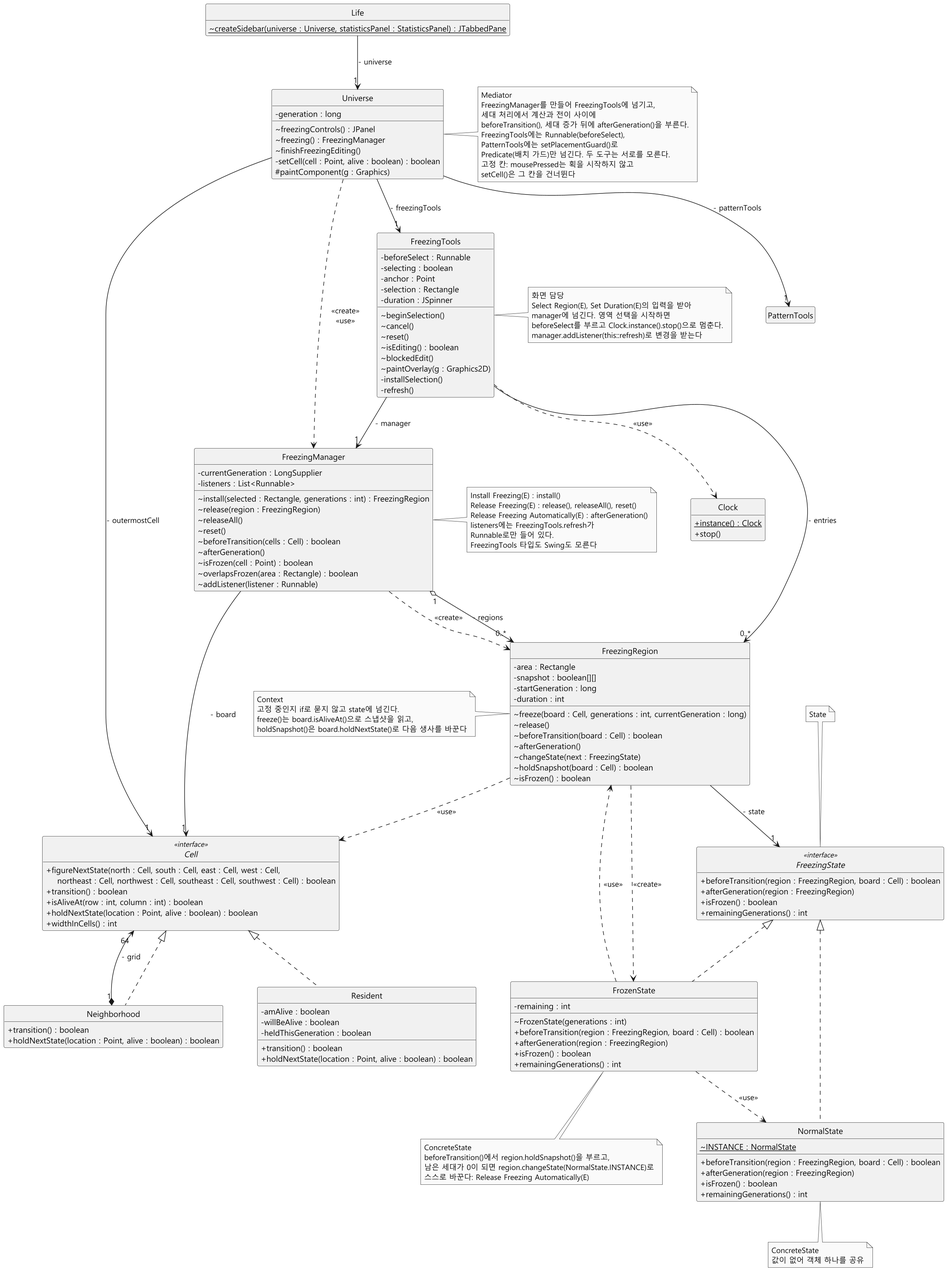
Above: docs/freezing/diagram/class-freezing.png in mckimR1972/DP_team_project (PlantUML), before the change. Its diagram source:
```plantuml
@startuml class-freezing
skinparam monochrome true
skinparam dpi 150
skinparam shadowing false
skinparam defaultFontName "Malgun Gothic"
skinparam classAttributeIconSize 0
hide circle
hide empty members
skinparam ranksep 70
skinparam nodesep 60

interface Cell <<interface>> {
  + figureNextState(north : Cell, south : Cell, east : Cell, west : Cell,\n    northeast : Cell, northwest : Cell, southeast : Cell, southwest : Cell) : boolean
  + transition() : boolean
  + isAliveAt(row : int, column : int) : boolean
  + holdNextState(location : Point, alive : boolean) : boolean
  + widthInCells() : int
}

class Neighborhood {
  + transition() : boolean
  + holdNextState(location : Point, alive : boolean) : boolean
}

class Resident {
  - amAlive : boolean
  - willBeAlive : boolean
  - heldThisGeneration : boolean
  + transition() : boolean
  + holdNextState(location : Point, alive : boolean) : boolean
}

class Universe {
  - generation : long
  ~ freezingControls() : JPanel
  ~ freezing() : FreezingManager
  ~ finishFreezingEditing()
  - setCell(cell : Point, alive : boolean) : boolean
  # paintComponent(g : Graphics)
}

class Clock {
  + {static} instance() : Clock
  + stop()
}

class Life {
  ~ {static} createSidebar(universe : Universe, statisticsPanel : StatisticsPanel) : JTabbedPane
}

class PatternTools

class FreezingTools {
  - beforeSelect : Runnable
  - selecting : boolean
  - anchor : Point
  - selection : Rectangle
  - duration : JSpinner
  ~ beginSelection()
  ~ cancel()
  ~ reset()
  ~ isEditing() : boolean
  ~ blockedEdit()
  ~ paintOverlay(g : Graphics2D)
  - installSelection()
  - refresh()
}

class FreezingManager {
  - currentGeneration : LongSupplier
  - listeners : List<Runnable>
  ~ install(selected : Rectangle, generations : int) : FreezingRegion
  ~ release(region : FreezingRegion)
  ~ releaseAll()
  ~ reset()
  ~ beforeTransition(cells : Cell) : boolean
  ~ afterGeneration()
  ~ isFrozen(cell : Point) : boolean
  ~ overlapsFrozen(area : Rectangle) : boolean
  ~ addListener(listener : Runnable)
}

class FreezingRegion {
  - area : Rectangle
  - snapshot : boolean[][]
  - startGeneration : long
  - duration : int
  ~ freeze(board : Cell, generations : int, currentGeneration : long)
  ~ release()
  ~ beforeTransition(board : Cell) : boolean
  ~ afterGeneration()
  ~ changeState(next : FreezingState)
  ~ holdSnapshot(board : Cell) : boolean
  ~ isFrozen() : boolean
}

interface FreezingState <<interface>> {
  + beforeTransition(region : FreezingRegion, board : Cell) : boolean
  + afterGeneration(region : FreezingRegion)
  + isFrozen() : boolean
  + remainingGenerations() : int
}

class NormalState {
  ~ {static} INSTANCE : NormalState
  + beforeTransition(region : FreezingRegion, board : Cell) : boolean
  + afterGeneration(region : FreezingRegion)
  + isFrozen() : boolean
  + remainingGenerations() : int
}

class FrozenState {
  - remaining : int
  ~ FrozenState(generations : int)
  + beforeTransition(region : FreezingRegion, board : Cell) : boolean
  + afterGeneration(region : FreezingRegion)
  + isFrozen() : boolean
  + remainingGenerations() : int
}

Cell <|.. Neighborhood
Cell <|.. Resident
Neighborhood "1" *-up-> "64" Cell : - grid

Life --> "1" Universe : - universe
Universe --> "1" Cell : - outermostCell
Universe --> "1" FreezingTools : - freezingTools
Universe --> "1" PatternTools : - patternTools
Universe ..> FreezingManager : <<create>>\n<<use>>

FreezingTools --> "1" FreezingManager : - manager
FreezingTools --> "0..*" FreezingRegion : - entries
FreezingTools ..> Clock : <<use>>
FreezingManager "1" o--> "0..*" FreezingRegion : - regions
FreezingManager ..> FreezingRegion : <<create>>
FreezingManager --> "1" Cell : - board

FreezingRegion --> "1" FreezingState : - state
FreezingRegion ..> Cell : <<use>>
FreezingRegion ..> FrozenState : <<create>>
FreezingState <|.. NormalState
FreezingState <|.. FrozenState
FrozenState ..> FreezingRegion : <<use>>
FrozenState ..> NormalState : <<use>>

note top of FreezingState : State
note bottom of NormalState : ConcreteState\n값이 없어 객체 하나를 공유
note bottom of FrozenState
  ConcreteState
  beforeTransition()에서 region.holdSnapshot()을 부르고,
  남은 세대가 0이 되면 region.changeState(NormalState.INSTANCE)로
  스스로 바꾼다: Release Freezing Automatically(E)
end note
note left of FreezingRegion
  Context
  고정 중인지 if로 묻지 않고 state에 넘긴다.
  freeze()는 board.isAliveAt()으로 스냅샷을 읽고,
  holdSnapshot()은 board.holdNextState()로 다음 생사를 바꾼다
end note
note right of FreezingTools
  화면 담당
  Select Region(E), Set Duration(E)의 입력을 받아
  manager에 넘긴다. 영역 선택을 시작하면
  beforeSelect를 부르고 Clock.instance().stop()으로 멈춘다.
  manager.addListener(this::refresh)로 변경을 받는다
end note
note right of FreezingManager
  Install Freezing(E) : install()
  Release Freezing(E) : release(), releaseAll(), reset()
  Release Freezing Automatically(E) : afterGeneration()
  listeners에는 FreezingTools.refresh가
  Runnable로만 들어 있다.
  FreezingTools 타입도 Swing도 모른다
end note
note right of Universe
  Mediator
  FreezingManager를 만들어 FreezingTools에 넘기고,
  세대 처리에서 계산과 전이 사이에
  beforeTransition(), 세대 증가 뒤에 afterGeneration()을 부른다.
  FreezingTools에는 Runnable(beforeSelect),
  PatternTools에는 setPlacementGuard()로
  Predicate(배치 가드)만 넘긴다. 두 도구는 서로를 모른다.
  고정 칸: mousePressed는 획을 시작하지 않고
  setCell()은 그 칸을 건너뛴다
end note
@enduml
```
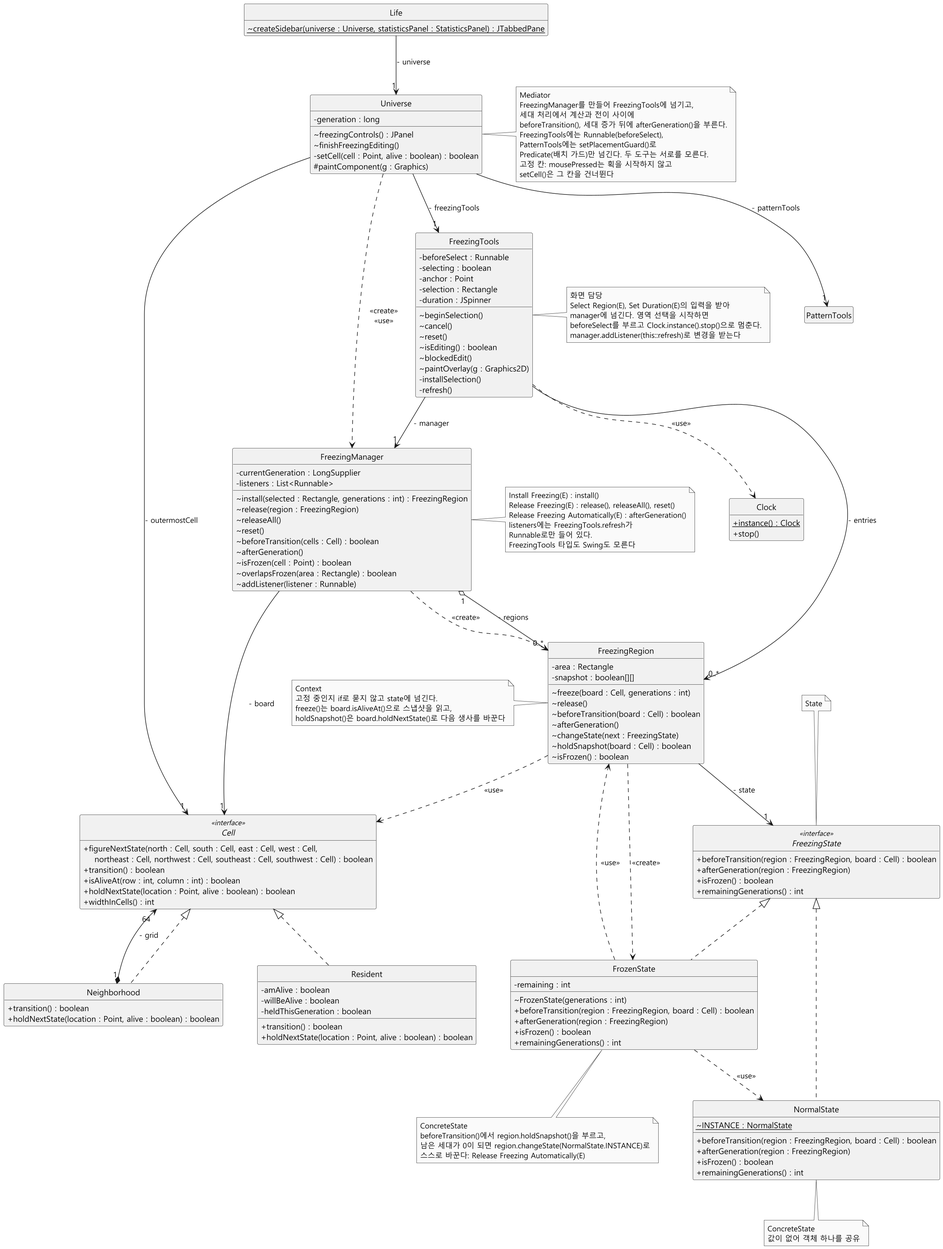
After the commit.

Commit message:
docs: 테스트 전용 멤버 삭제(#28)를 freezing.md와 그림에 반영

Diff of the diagram source:
```diff
@@ -33,7 +33,6 @@
 class Universe {
   - generation : long
   ~ freezingControls() : JPanel
-  ~ freezing() : FreezingManager
   ~ finishFreezingEditing()
   - setCell(cell : Point, alive : boolean) : boolean
   # paintComponent(g : Graphics)
@@ -83,9 +82,7 @@
 class FreezingRegion {
   - area : Rectangle
   - snapshot : boolean[][]
-  - startGeneration : long
-  - duration : int
-  ~ freeze(board : Cell, generations : int, currentGeneration : long)
+  ~ freeze(board : Cell, generations : int)
   ~ release()
   ~ beforeTransition(board : Cell) : boolean
   ~ afterGeneration()
```
